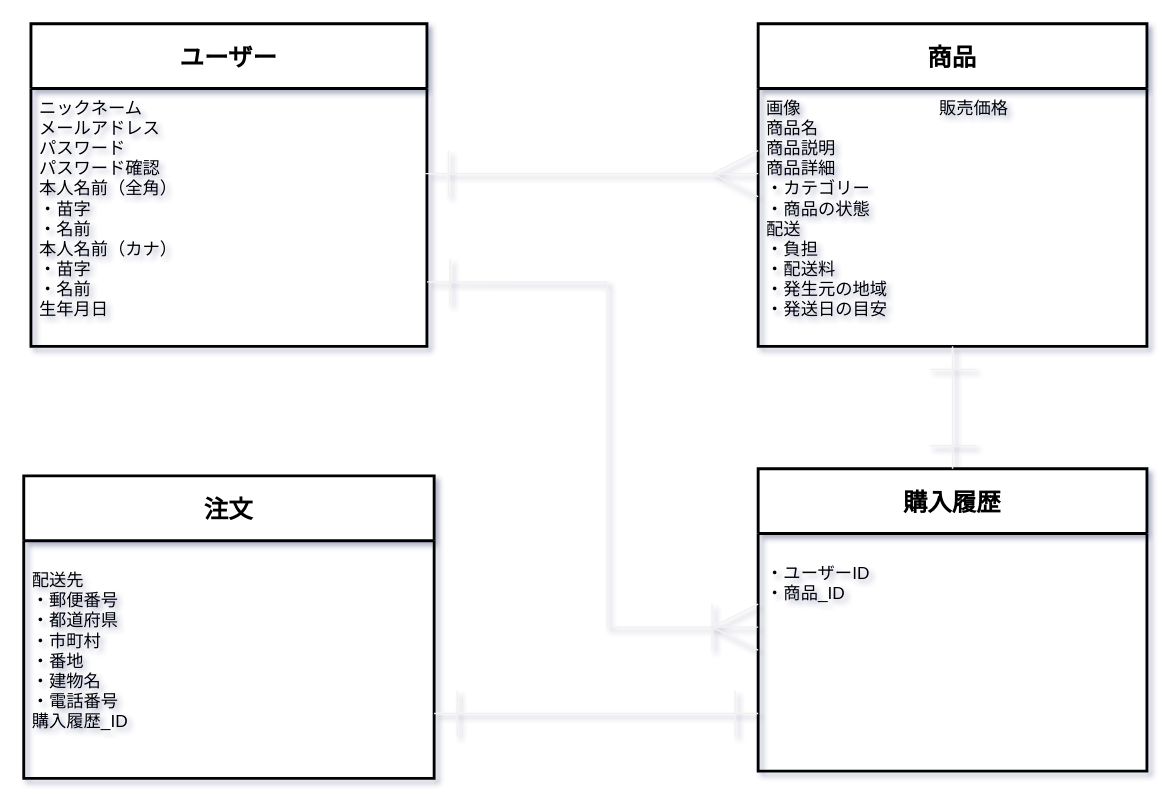
This is ER.dio from tsuji-t/furima-34503, a draw.io file, before an edit. Source tidied: cells renumbered, new cells numbered last; positions are measured from the earlier drawing's top-left corner, leaving out a move shared by most shapes. Both pictures are drawn from the tidied source at 144%, with x=0, y=0 at pixel (23, 23).
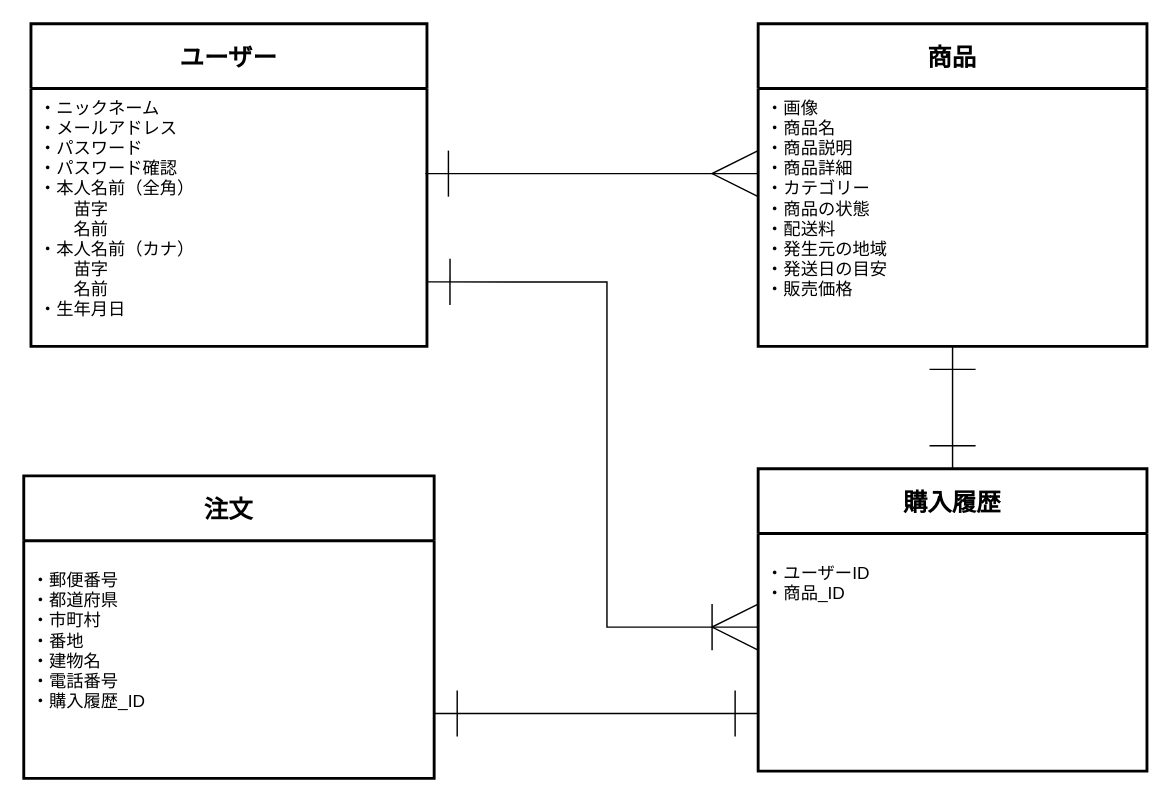
The same diagram, later.

Change to the diagram source:
```diff
@@
-<mxGraphModel shadow="1">
+<mxGraphModel background="#ffffff">
   <root>
     <mxCell id="0" />
     <mxCell id="1" parent="0" />
-    <mxCell id="2" value="ユーザー" style="swimlane;horizontal=1;startSize=45;fontSize=17;fontStyle=1;strokeWidth=2;shadow=0;dashed=0;align=center;arcSize=0;" parent="1" vertex="1">
+    <mxCell id="2" value="ユーザー" style="swimlane;horizontal=1;startSize=45;fontSize=17;fontStyle=1;strokeWidth=2;shadow=0;dashed=0;align=center;arcSize=0;strokeColor=#000000;" parent="1" vertex="1">
       <mxGeometry x="5" width="275" height="224" as="geometry" />
     </mxCell>
-    <mxCell id="3" value="ニックネーム　　　　　&#10;メールアドレス　　　　&#10;パスワード　　　　　　&#10;パスワード確認&#10;本人名前（全角）&#10;・苗字&#10;・名前&#10;本人名前（カナ）&#10;・苗字&#10;・名前&#10;生年月日" style="align=left;strokeColor=none;fillColor=none;spacingLeft=4;fontSize=12;verticalAlign=top;fontStyle=0;" parent="2" vertex="1">
+    <mxCell id="3" value="・ニックネーム　　　　　&#10;・メールアドレス　　　　&#10;・パスワード　　　　　　&#10;・パスワード確認&#10;・本人名前（全角）&#10;　　苗字&#10;　　名前&#10;・本人名前（カナ）&#10;　　苗字&#10;　　名前&#10;・生年月日" style="align=left;strokeColor=none;fillColor=none;spacingLeft=4;fontSize=12;verticalAlign=top;fontStyle=0;fontColor=#000000;" parent="2" vertex="1">
       <mxGeometry y="45" width="275" height="179" as="geometry" />
     </mxCell>
-    <mxCell id="4" value="注文" style="swimlane;horizontal=1;startSize=45;fontSize=17;fontStyle=1;strokeWidth=2;shadow=0;dashed=0;align=center;arcSize=0;" parent="1" vertex="1">
+    <mxCell id="4" value="注文" style="swimlane;horizontal=1;startSize=45;fontSize=17;fontStyle=1;strokeWidth=2;shadow=0;dashed=0;align=center;arcSize=0;strokeColor=#000000;" parent="1" vertex="1">
       <mxGeometry y="314" width="285" height="210" as="geometry" />
     </mxCell>
-    <mxCell id="5" value="&#10;配送先&#10;・郵便番号&#10;・都道府県&#10;・市町村&#10;・番地&#10;・建物名&#10;・電話番号&#10;購入履歴_ID&#10;" style="align=left;strokeColor=none;fillColor=none;spacingLeft=4;fontSize=12;verticalAlign=top;fontStyle=0;horizontal=1;" parent="4" vertex="1">
+    <mxCell id="5" value="&#10;・郵便番号&#10;・都道府県&#10;・市町村&#10;・番地&#10;・建物名&#10;・電話番号&#10;・購入履歴_ID&#10;" style="align=left;strokeColor=none;fillColor=none;spacingLeft=4;fontSize=12;verticalAlign=top;fontStyle=0;horizontal=1;fontColor=#000000;" parent="4" vertex="1">
       <mxGeometry y="45" width="285" height="165" as="geometry" />
     </mxCell>
-    <mxCell id="6" value="商品" style="swimlane;horizontal=1;startSize=45;fontSize=17;fontStyle=1;strokeWidth=2;shadow=0;dashed=0;align=center;arcSize=0;noLabel=0;" parent="1" vertex="1">
+    <mxCell id="6" value="商品" style="swimlane;horizontal=1;startSize=45;fontSize=17;fontStyle=1;strokeWidth=2;shadow=0;dashed=0;align=center;arcSize=0;noLabel=0;strokeColor=#000000;" parent="1" vertex="1">
       <mxGeometry x="510" width="270" height="224" as="geometry" />
     </mxCell>
-    <mxCell id="7" value="画像　　　　　　　　販売価格&#10;商品名&#10;商品説明&#10;商品詳細&#10;・カテゴリー&#10;・商品の状態&#10;配送&#10;・負担&#10;・配送料&#10;・発生元の地域&#10;・発送日の目安&#10;" style="align=left;strokeColor=none;fillColor=none;spacingLeft=4;fontSize=12;verticalAlign=top;fontStyle=0;" parent="6" vertex="1">
+    <mxCell id="7" value="・画像　　　　　　　　&#10;・商品名&#10;・商品説明&#10;・商品詳細&#10;・カテゴリー&#10;・商品の状態&#10;・配送料&#10;・発生元の地域&#10;・発送日の目安&#10;・販売価格" style="align=left;strokeColor=none;fillColor=none;spacingLeft=4;fontSize=12;verticalAlign=top;fontStyle=0;fontColor=#000000;imageAspect=1;" parent="6" vertex="1">
       <mxGeometry y="45" width="270" height="179" as="geometry" />
     </mxCell>
-    <mxCell id="8" style="edgeStyle=orthogonalEdgeStyle;rounded=0;jettySize=auto;html=1;exitX=0.996;exitY=0.33;exitDx=0;exitDy=0;startArrow=ERone;startFill=0;startSize=30;sourcePerimeterSpacing=20;endArrow=ERmany;endFill=0;endSize=30;targetPerimeterSpacing=20;strokeColor=#f0f0f0;strokeWidth=1;fontSize=12;entryX=0;entryY=0.33;entryDx=0;entryDy=0;exitPerimeter=0;entryPerimeter=0;" parent="1" edge="1" source="3" target="7">
+    <mxCell id="8" style="edgeStyle=orthogonalEdgeStyle;rounded=0;jettySize=auto;html=1;exitX=0.996;exitY=0.33;exitDx=0;exitDy=0;startArrow=ERone;startFill=0;startSize=30;sourcePerimeterSpacing=20;endArrow=ERmany;endFill=0;endSize=30;targetPerimeterSpacing=20;strokeWidth=1;fontSize=12;entryX=0;entryY=0.33;entryDx=0;entryDy=0;exitPerimeter=0;entryPerimeter=0;strokeColor=#000000;" parent="1" edge="1" source="3" target="7">
       <mxGeometry relative="1" as="geometry" />
     </mxCell>
-    <mxCell id="9" value="購入履歴" style="swimlane;horizontal=1;startSize=45;fontSize=17;fontStyle=1;strokeWidth=2;shadow=0;dashed=0;align=center;arcSize=0;" parent="1" vertex="1">
+    <mxCell id="9" value="購入履歴" style="swimlane;horizontal=1;startSize=45;fontSize=17;fontStyle=1;strokeWidth=2;shadow=0;dashed=0;align=center;arcSize=0;strokeColor=#000000;" parent="1" vertex="1">
       <mxGeometry x="510" y="309" width="270" height="210" as="geometry" />
     </mxCell>
-    <mxCell id="10" value="&#10;・ユーザーID&#10;・商品_ID&#10;" style="align=left;strokeColor=none;fillColor=none;spacingLeft=4;fontSize=12;verticalAlign=top;fontStyle=0;horizontal=1;" parent="9" vertex="1">
+    <mxCell id="10" value="&#10;・ユーザーID&#10;・商品_ID&#10;" style="align=left;strokeColor=none;fillColor=none;spacingLeft=4;fontSize=12;verticalAlign=top;fontStyle=0;horizontal=1;fontColor=#000000;" parent="9" vertex="1">
       <mxGeometry y="45" width="270" height="165" as="geometry" />
     </mxCell>
-    <mxCell id="11" style="edgeStyle=orthogonalEdgeStyle;rounded=0;orthogonalLoop=1;jettySize=auto;html=1;startArrow=ERone;startFill=0;startSize=30;sourcePerimeterSpacing=20;endArrow=ERone;endFill=0;endSize=30;targetPerimeterSpacing=20;strokeColor=#f0f0f0;strokeWidth=1;fontSize=12;" parent="1" edge="1">
+    <mxCell id="11" style="edgeStyle=orthogonalEdgeStyle;rounded=0;orthogonalLoop=1;jettySize=auto;html=1;startArrow=ERone;startFill=0;startSize=30;sourcePerimeterSpacing=20;endArrow=ERone;endFill=0;endSize=30;targetPerimeterSpacing=20;strokeWidth=1;fontSize=12;strokeColor=#000000;" parent="1" edge="1">
       <mxGeometry relative="1" as="geometry">
         <mxPoint x="285" y="479" as="sourcePoint" />
         <mxPoint x="510" y="479" as="targetPoint" />
         <Array as="points">
           <mxPoint x="285" y="479" />
           <mxPoint x="510" y="479" />
         </Array>
       </mxGeometry>
     </mxCell>
-    <mxCell id="12" style="edgeStyle=orthogonalEdgeStyle;rounded=0;jettySize=auto;html=1;startArrow=ERone;startFill=0;startSize=30;sourcePerimeterSpacing=20;endArrow=ERone;endFill=0;endSize=30;targetPerimeterSpacing=20;strokeColor=#f0f0f0;strokeWidth=1;fontSize=12;exitX=0.5;exitY=1;exitDx=0;exitDy=0;entryX=0.5;entryY=0;entryDx=0;entryDy=0;" parent="1" edge="1" source="7" target="9">
+    <mxCell id="12" style="edgeStyle=orthogonalEdgeStyle;rounded=0;jettySize=auto;html=1;startArrow=ERone;startFill=0;startSize=30;sourcePerimeterSpacing=20;endArrow=ERone;endFill=0;endSize=30;targetPerimeterSpacing=20;strokeWidth=1;fontSize=12;exitX=0.5;exitY=1;exitDx=0;exitDy=0;entryX=0.5;entryY=0;entryDx=0;entryDy=0;strokeColor=#000000;" parent="1" edge="1" source="7" target="9">
       <mxGeometry relative="1" as="geometry" />
     </mxCell>
-    <mxCell id="13" style="edgeStyle=orthogonalEdgeStyle;rounded=0;jettySize=auto;html=1;exitX=1;exitY=0.75;exitDx=0;exitDy=0;startArrow=ERone;startFill=0;startSize=30;sourcePerimeterSpacing=20;endArrow=ERoneToMany;endFill=0;endSize=30;targetPerimeterSpacing=20;strokeColor=#f0f0f0;strokeWidth=1;fontSize=12;" parent="1" edge="1" source="3">
+    <mxCell id="13" style="edgeStyle=orthogonalEdgeStyle;rounded=0;jettySize=auto;html=1;exitX=1;exitY=0.75;exitDx=0;exitDy=0;startArrow=ERone;startFill=0;startSize=30;sourcePerimeterSpacing=20;endArrow=ERoneToMany;endFill=0;endSize=30;targetPerimeterSpacing=20;strokeWidth=1;fontSize=12;strokeColor=#000000;" parent="1" edge="1" source="3">
       <mxGeometry relative="1" as="geometry">
         <mxPoint x="510" y="419" as="targetPoint" />
         <Array as="points">
           <mxPoint x="405" y="179" />
           <mxPoint x="405" y="419" />
           <mxPoint x="510" y="419" />
         </Array>
       </mxGeometry>
     </mxCell>
   </root>
 </mxGraphModel>
```
